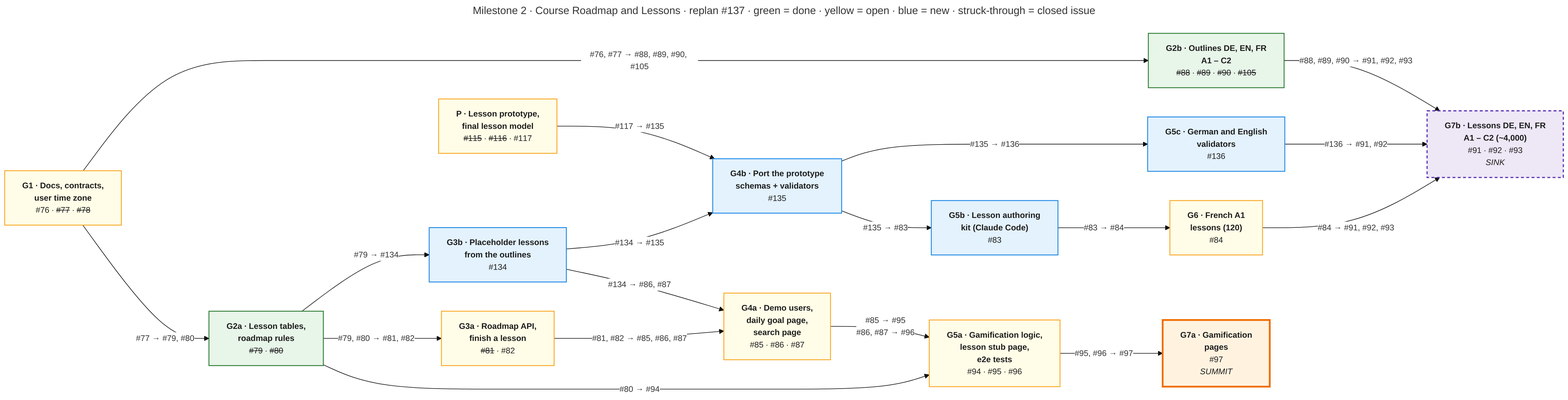
This is docs/milestone2-roadmap.png from VictorBro/ft_transcendence, a Mermaid export, as it was before one commit. Its source is kept beside it as docs/milestone2-roadmap.mmd.
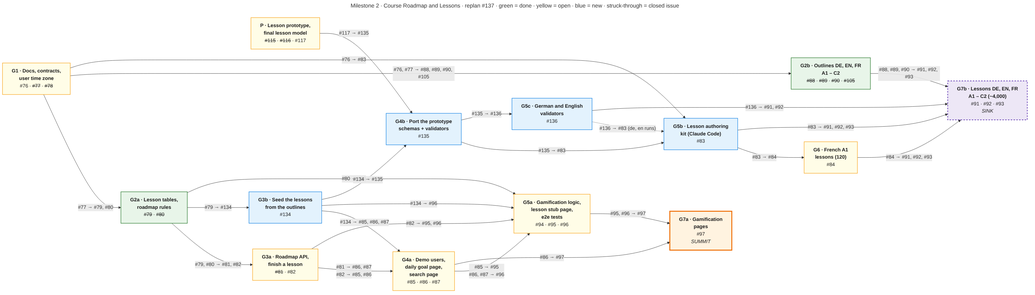
The same diagram one commit later.

The edit, as a diff of the source:
```diff
@@ -7,7 +7,7 @@
   G2b["<b>G2b · Outlines DE, EN, FR<br/>A1 – C2</b><br/><s>#88</s> · <s>#89</s> · <s>#90</s> · <s>#105</s>"]
   P["<b>P · Lesson prototype,<br/>final lesson model</b><br/><s>#115</s> · <s>#116</s> · #117"]
   G3a["<b>G3a · Roadmap API,<br/>finish a lesson</b><br/><s>#81</s> · #82"]
-  G3b["<b>G3b · Placeholder lessons<br/>from the outlines</b><br/>#134"]
+  G3b["<b>G3b · Seed the lessons<br/>from the outlines</b><br/>#134"]
   G4a["<b>G4a · Demo users,<br/>daily goal page,<br/>search page</b><br/>#85 · #86 · #87"]
   G4b["<b>G4b · Port the prototype<br/>schemas + validators</b><br/>#135"]
   G5a["<b>G5a · Gamification logic,<br/>lesson stub page,<br/>e2e tests</b><br/>#94 · #95 · #96"]
@@ -19,18 +19,24 @@
 
   G1 -- "#77 → #79, #80" --> G2a
   G1 -- "#76, #77 → #88, #89, #90, #105" --> G2b
+  G1 -- "#76 → #83" --> G5b
   G2a -- "#79, #80 → #81, #82" --> G3a
   G2a -- "#79 → #134" --> G3b
   G2a -- "#80 → #94" --> G5a
-  G3a -- "#81, #82 → #85, #86, #87" --> G4a
-  G3b -- "#134 → #86, #87" --> G4a
+  G3a -- "#81 → #86, #87<br/>#82 → #85, #86" --> G4a
+  G3a -- "#82 → #95, #96" --> G5a
+  G3b -- "#134 → #85, #86, #87" --> G4a
+  G3b -- "#134 → #96" --> G5a
   G3b -- "#134 → #135" --> G4b
   P -- "#117 → #135" --> G4b
   G4a -- "#85 → #95<br/>#86, #87 → #96" --> G5a
+  G4a -- "#86 → #97" --> SUM
   G4b -- "#135 → #83" --> G5b
   G4b -- "#135 → #136" --> G5c
+  G5c -. "#136 → #83 (de, en runs)" .-> G5b
   G5a -- "#95, #96 → #97" --> SUM
   G5b -- "#83 → #84" --> G6
+  G5b -- "#83 → #91, #92, #93" --> SINK
   G6 -- "#84 → #91, #92, #93" --> SINK
   G5c -- "#136 → #91, #92" --> SINK
   G2b -- "#88, #89, #90 → #91, #92, #93" --> SINK
```
